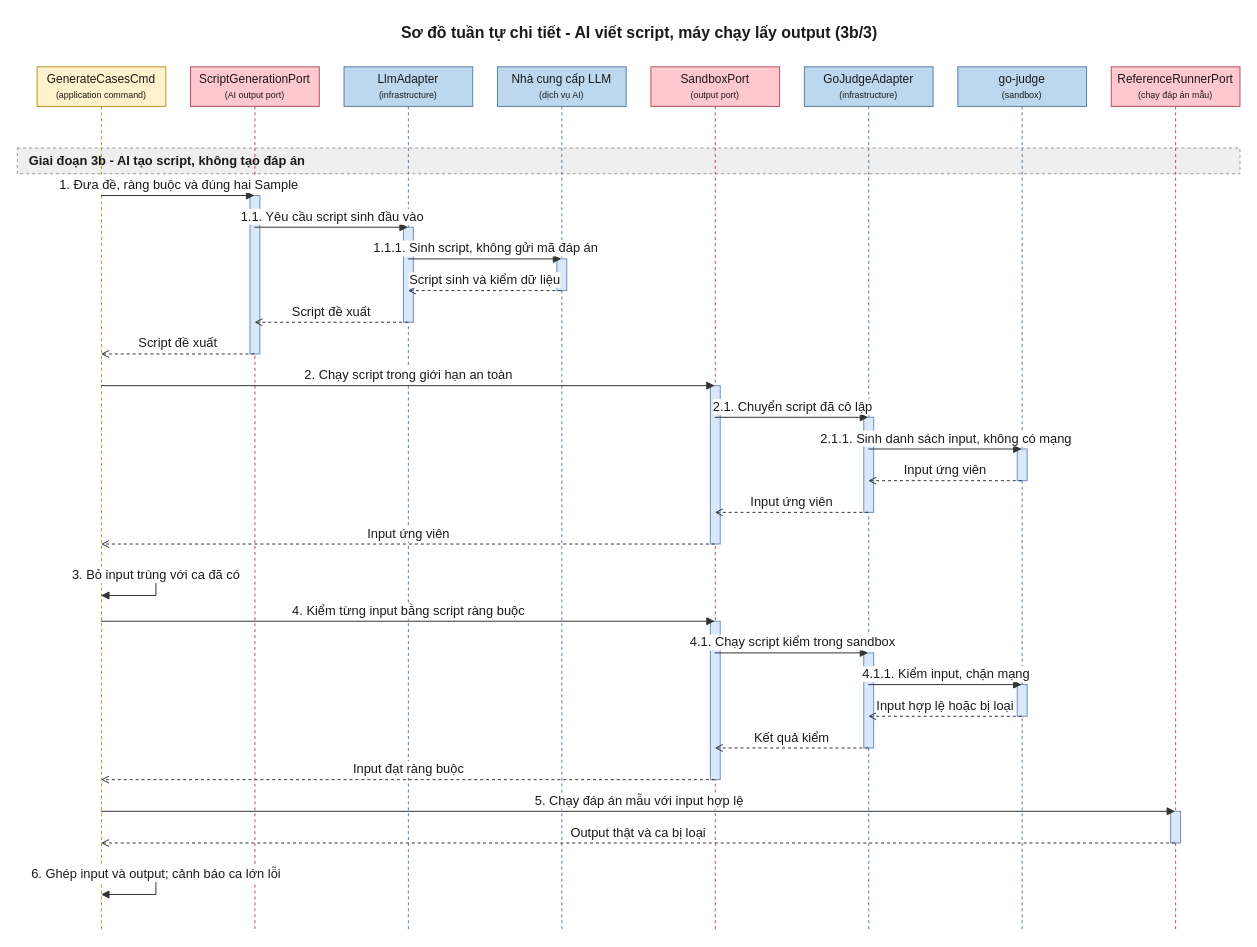
This is 08-diagram/sequence/shared/sequence_shared_quan_ly_testcase_p3b.drawio from daiphu1801/PRJ_ALGOPREP, a draw.io file, before an edit. Source tidied: cells renumbered, new cells numbered last; positions are measured from the earlier drawing's top-left corner, leaving out a move shared by most shapes. Both pictures are drawn from the tidied source at 99%, with x=0, y=0 at pixel (17, 17).
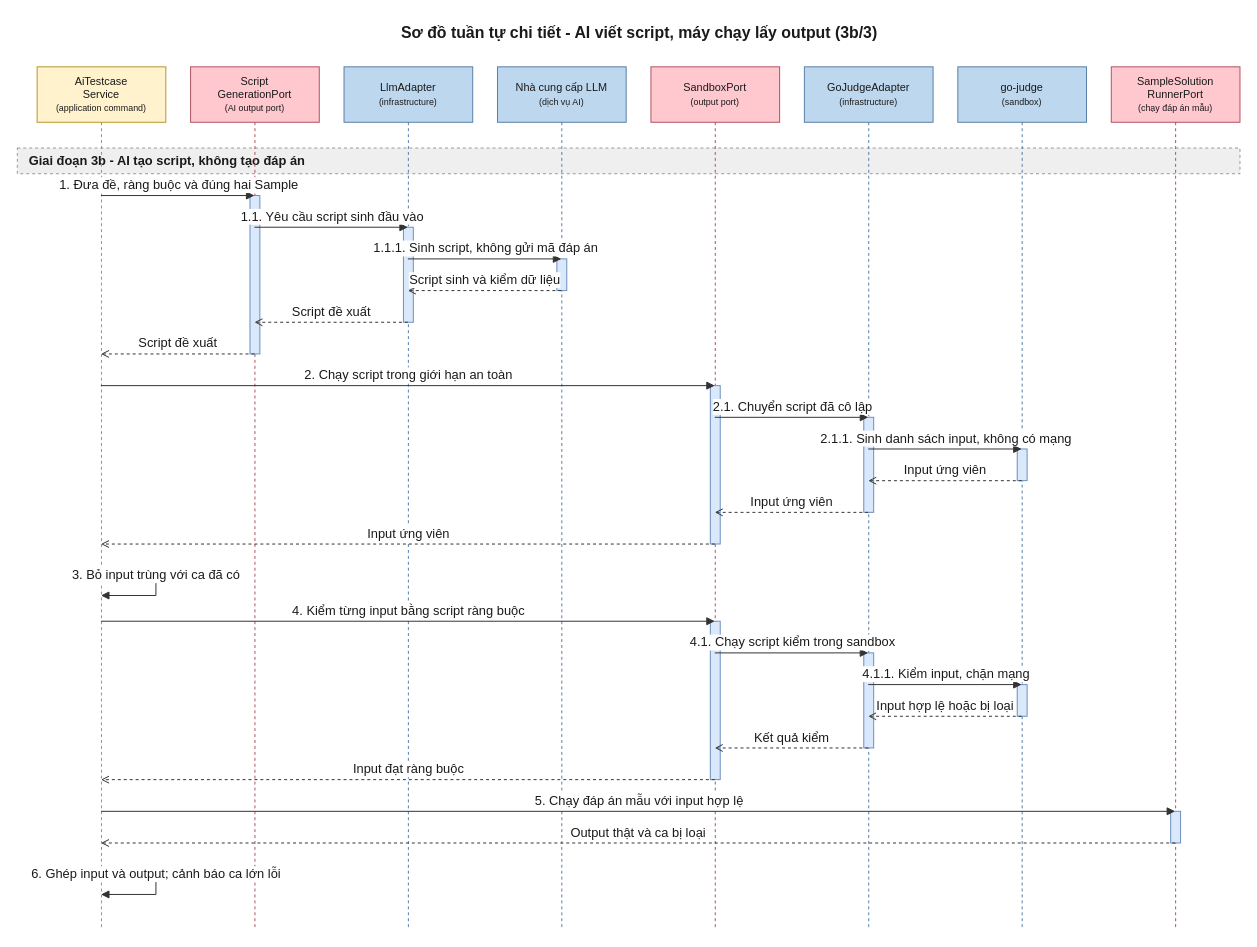
After the change.

Diff of the diagram source:
```diff
@@
-    <mxCell id="4" value="GenerateCasesCmd&lt;br&gt;&lt;font style=&quot;font-size:9px&quot;&gt;(application command)&lt;/font&gt;" style="shape=umlLifeline;perimeter=lifelinePerimeter;whiteSpace=wrap;html=1;outlineConnect=0;size=40;fillColor=#FFF2CC;strokeColor=#B8952A;fontColor=#1A1A1A;" parent="1" vertex="1">
+    <mxCell id="4" value="AiTestcase&lt;br&gt;Service&lt;br&gt;&lt;font style=&quot;font-size:9px&quot;&gt;(application command)&lt;/font&gt;" style="shape=umlLifeline;perimeter=lifelinePerimeter;whiteSpace=wrap;html=1;outlineConnect=0;size=56;fontSize=11;fillColor=#FFF2CC;strokeColor=#B8952A;fontColor=#1A1A1A;" parent="1" vertex="1">
       <mxGeometry x="20" y="50" width="130" height="872" as="geometry" />
     </mxCell>
-    <mxCell id="5" value="ScriptGenerationPort&lt;br&gt;&lt;font style=&quot;font-size:9px&quot;&gt;(AI output port)&lt;/font&gt;" style="shape=umlLifeline;perimeter=lifelinePerimeter;whiteSpace=wrap;html=1;outlineConnect=0;size=40;fillColor=#FFC7CE;strokeColor=#B0525E;fontColor=#1A1A1A;" parent="1" vertex="1">
+    <mxCell id="5" value="Script&lt;br&gt;GenerationPort&lt;br&gt;&lt;font style=&quot;font-size:9px&quot;&gt;(AI output port)&lt;/font&gt;" style="shape=umlLifeline;perimeter=lifelinePerimeter;whiteSpace=wrap;html=1;outlineConnect=0;size=56;fontSize=11;fillColor=#FFC7CE;strokeColor=#B0525E;fontColor=#1A1A1A;" parent="1" vertex="1">
       <mxGeometry x="175" y="50" width="130" height="872" as="geometry" />
     </mxCell>
-    <mxCell id="6" value="LlmAdapter&lt;br&gt;&lt;font style=&quot;font-size:9px&quot;&gt;(infrastructure)&lt;/font&gt;" style="shape=umlLifeline;perimeter=lifelinePerimeter;whiteSpace=wrap;html=1;outlineConnect=0;size=40;fillColor=#BDD7EE;strokeColor=#5A7FA6;fontColor=#1A1A1A;" parent="1" vertex="1">
+    <mxCell id="6" value="LlmAdapter&lt;br&gt;&lt;font style=&quot;font-size:9px&quot;&gt;(infrastructure)&lt;/font&gt;" style="shape=umlLifeline;perimeter=lifelinePerimeter;whiteSpace=wrap;html=1;outlineConnect=0;size=56;fontSize=11;fillColor=#BDD7EE;strokeColor=#5A7FA6;fontColor=#1A1A1A;" parent="1" vertex="1">
       <mxGeometry x="330" y="50" width="130" height="872" as="geometry" />
     </mxCell>
-    <mxCell id="7" value="Nhà cung cấp LLM&lt;br&gt;&lt;font style=&quot;font-size:9px&quot;&gt;(dịch vụ AI)&lt;/font&gt;" style="shape=umlLifeline;perimeter=lifelinePerimeter;whiteSpace=wrap;html=1;outlineConnect=0;size=40;fillColor=#BDD7EE;strokeColor=#5A7FA6;fontColor=#1A1A1A;" parent="1" vertex="1">
+    <mxCell id="7" value="Nhà cung cấp LLM&lt;br&gt;&lt;font style=&quot;font-size:9px&quot;&gt;(dịch vụ AI)&lt;/font&gt;" style="shape=umlLifeline;perimeter=lifelinePerimeter;whiteSpace=wrap;html=1;outlineConnect=0;size=56;fontSize=11;fillColor=#BDD7EE;strokeColor=#5A7FA6;fontColor=#1A1A1A;" parent="1" vertex="1">
       <mxGeometry x="485" y="50" width="130" height="872" as="geometry" />
     </mxCell>
-    <mxCell id="8" value="SandboxPort&lt;br&gt;&lt;font style=&quot;font-size:9px&quot;&gt;(output port)&lt;/font&gt;" style="shape=umlLifeline;perimeter=lifelinePerimeter;whiteSpace=wrap;html=1;outlineConnect=0;size=40;fillColor=#FFC7CE;strokeColor=#B0525E;fontColor=#1A1A1A;" parent="1" vertex="1">
+    <mxCell id="8" value="SandboxPort&lt;br&gt;&lt;font style=&quot;font-size:9px&quot;&gt;(output port)&lt;/font&gt;" style="shape=umlLifeline;perimeter=lifelinePerimeter;whiteSpace=wrap;html=1;outlineConnect=0;size=56;fontSize=11;fillColor=#FFC7CE;strokeColor=#B0525E;fontColor=#1A1A1A;" parent="1" vertex="1">
       <mxGeometry x="640" y="50" width="130" height="872" as="geometry" />
     </mxCell>
-    <mxCell id="9" value="GoJudgeAdapter&lt;br&gt;&lt;font style=&quot;font-size:9px&quot;&gt;(infrastructure)&lt;/font&gt;" style="shape=umlLifeline;perimeter=lifelinePerimeter;whiteSpace=wrap;html=1;outlineConnect=0;size=40;fillColor=#BDD7EE;strokeColor=#5A7FA6;fontColor=#1A1A1A;" parent="1" vertex="1">
+    <mxCell id="9" value="GoJudgeAdapter&lt;br&gt;&lt;font style=&quot;font-size:9px&quot;&gt;(infrastructure)&lt;/font&gt;" style="shape=umlLifeline;perimeter=lifelinePerimeter;whiteSpace=wrap;html=1;outlineConnect=0;size=56;fontSize=11;fillColor=#BDD7EE;strokeColor=#5A7FA6;fontColor=#1A1A1A;" parent="1" vertex="1">
       <mxGeometry x="795" y="50" width="130" height="872" as="geometry" />
     </mxCell>
-    <mxCell id="10" value="go-judge&lt;br&gt;&lt;font style=&quot;font-size:9px&quot;&gt;(sandbox)&lt;/font&gt;" style="shape=umlLifeline;perimeter=lifelinePerimeter;whiteSpace=wrap;html=1;outlineConnect=0;size=40;fillColor=#BDD7EE;strokeColor=#5A7FA6;fontColor=#1A1A1A;" parent="1" vertex="1">
+    <mxCell id="10" value="go-judge&lt;br&gt;&lt;font style=&quot;font-size:9px&quot;&gt;(sandbox)&lt;/font&gt;" style="shape=umlLifeline;perimeter=lifelinePerimeter;whiteSpace=wrap;html=1;outlineConnect=0;size=56;fontSize=11;fillColor=#BDD7EE;strokeColor=#5A7FA6;fontColor=#1A1A1A;" parent="1" vertex="1">
       <mxGeometry x="950" y="50" width="130" height="872" as="geometry" />
     </mxCell>
-    <mxCell id="11" value="ReferenceRunnerPort&lt;br&gt;&lt;font style=&quot;font-size:9px&quot;&gt;(chạy đáp án mẫu)&lt;/font&gt;" style="shape=umlLifeline;perimeter=lifelinePerimeter;whiteSpace=wrap;html=1;outlineConnect=0;size=40;fillColor=#FFC7CE;strokeColor=#B0525E;fontColor=#1A1A1A;" parent="1" vertex="1">
+    <mxCell id="11" value="SampleSolution&lt;br&gt;RunnerPort&lt;br&gt;&lt;font style=&quot;font-size:9px&quot;&gt;(chạy đáp án mẫu)&lt;/font&gt;" style="shape=umlLifeline;perimeter=lifelinePerimeter;whiteSpace=wrap;html=1;outlineConnect=0;size=56;fontSize=11;fillColor=#FFC7CE;strokeColor=#B0525E;fontColor=#1A1A1A;" parent="1" vertex="1">
       <mxGeometry x="1105" y="50" width="130" height="872" as="geometry" />
     </mxCell>
```
